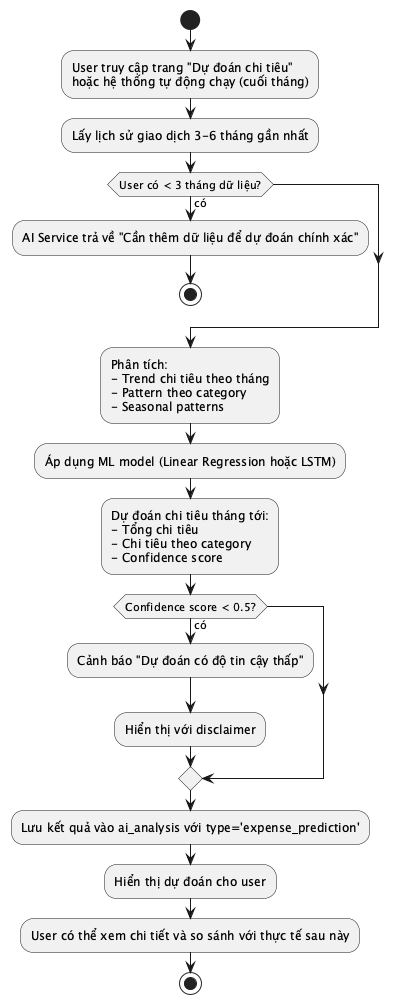
Before: uml-diagrams/ACT_014_ExpensePrediction.png, a diagram exported from PlantUML (quanbin27/TabiMoney). The source it was exported from:
```plantuml
@startuml ACT_014_ExpensePrediction
start
:User truy cập trang "Dự đoán chi tiêu"
hoặc hệ thống tự động chạy (cuối tháng);
:Lấy lịch sử giao dịch 3-6 tháng gần nhất;
if (User có < 3 tháng dữ liệu?) then (có)
  :AI Service trả về "Cần thêm dữ liệu để dự đoán chính xác";
  stop
endif
:Phân tích:
- Trend chi tiêu theo tháng
- Pattern theo category
- Seasonal patterns;
:Áp dụng ML model (Linear Regression hoặc LSTM);
:Dự đoán chi tiêu tháng tới:
- Tổng chi tiêu
- Chi tiêu theo category
- Confidence score;
if (Confidence score < 0.5?) then (có)
  :Cảnh báo "Dự đoán có độ tin cậy thấp";
  :Hiển thị với disclaimer;
endif
:Lưu kết quả vào ai_analysis với type='expense_prediction';
:Hiển thị dự đoán cho user;
:User có thể xem chi tiết và so sánh với thực tế sau này;
stop
@enduml
```
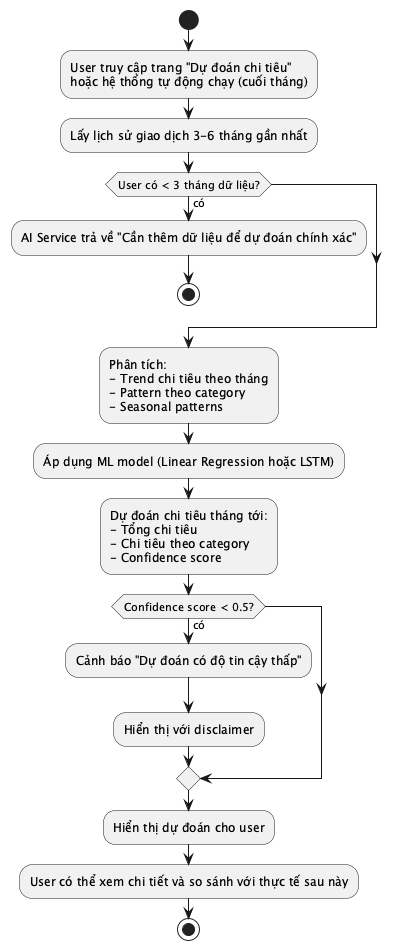
The same diagram one commit later.

What changed in the source:
```diff
@@ -20,7 +20,6 @@
   :Cảnh báo "Dự đoán có độ tin cậy thấp";
   :Hiển thị với disclaimer;
 endif
-:Lưu kết quả vào ai_analysis với type='expense_prediction';
 :Hiển thị dự đoán cho user;
 :User có thể xem chi tiết và so sánh với thực tế sau này;
 stop
```
